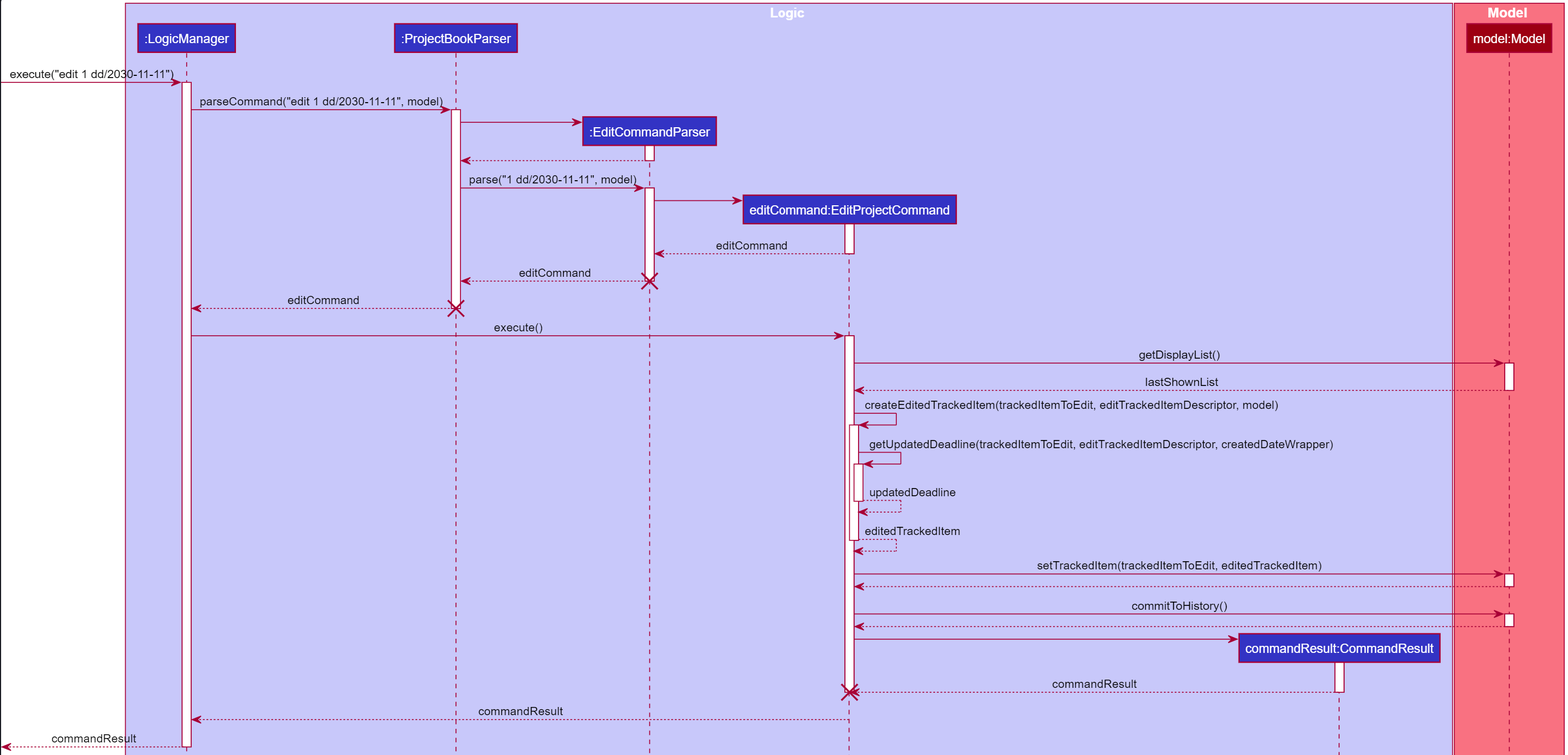
Above: docs/images/EditDeadlineSequenceDiagram.png in pr4aveen/tp (PlantUML), before the change. Its source is kept beside it as docs/diagrams/EditDeadlineSequenceDiagram.puml. Source of this version:
```plantuml
@startuml
!include detailed_style.puml
autoactivate on

box Logic LOGIC_COLOR_T1
participant ":LogicManager" as LogicManager LOGIC_COLOR
participant ":ProjectBookParser" as ProjectBookParser LOGIC_COLOR
participant ":EditCommandParser" as EditCommandParser LOGIC_COLOR
participant "editCommand:EditProjectCommand" as EditProjectCommand LOGIC_COLOR
participant "commandResult:CommandResult" as CommandResult LOGIC_COLOR
end box

box Model MODEL_COLOR_T1
participant "model:Model" as Model MODEL_COLOR
end box

[-> LogicManager : execute("edit 1 dd/2030-11-11")

LogicManager -> ProjectBookParser : parseCommand("edit 1 dd/2030-11-11", model)

create EditCommandParser
ProjectBookParser -> EditCommandParser
return

ProjectBookParser -> EditCommandParser : parse("1 dd/2030-11-11", model)

create EditProjectCommand
EditCommandParser -> EditProjectCommand

return editCommand

return editCommand
destroy EditCommandParser

return editCommand
destroy ProjectBookParser

LogicManager -> EditProjectCommand : execute()

EditProjectCommand -> Model : getDisplayList()
return lastShownList

EditProjectCommand -> EditProjectCommand : createEditedTrackedItem(trackedItemToEdit, editTrackedItemDescriptor, model)

EditProjectCommand -> EditProjectCommand : getUpdatedDeadline(trackedItemToEdit, editTrackedItemDescriptor, createdDateWrapper)
return updatedDeadline

return editedTrackedItem

EditProjectCommand -> Model : setTrackedItem(trackedItemToEdit, editedTrackedItem)
return

EditProjectCommand -> Model : commitToHistory()
return

create CommandResult
EditProjectCommand -> CommandResult

return commandResult

destroy EditProjectCommand

return commandResult

[<--LogicManager : commandResult
@enduml
```
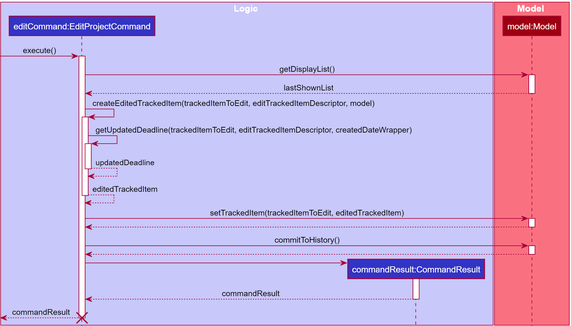
Later version of the same file.

What changed in the source:
```diff
@@ -3,9 +3,6 @@
 autoactivate on
 
 box Logic LOGIC_COLOR_T1
-participant ":LogicManager" as LogicManager LOGIC_COLOR
-participant ":ProjectBookParser" as ProjectBookParser LOGIC_COLOR
-participant ":EditCommandParser" as EditCommandParser LOGIC_COLOR
 participant "editCommand:EditProjectCommand" as EditProjectCommand LOGIC_COLOR
 participant "commandResult:CommandResult" as CommandResult LOGIC_COLOR
 end box
@@ -14,28 +11,7 @@
 participant "model:Model" as Model MODEL_COLOR
 end box
 
-[-> LogicManager : execute("edit 1 dd/2030-11-11")
-
-LogicManager -> ProjectBookParser : parseCommand("edit 1 dd/2030-11-11", model)
-
-create EditCommandParser
-ProjectBookParser -> EditCommandParser
-return
-
-ProjectBookParser -> EditCommandParser : parse("1 dd/2030-11-11", model)
-
-create EditProjectCommand
-EditCommandParser -> EditProjectCommand
-
-return editCommand
-
-return editCommand
-destroy EditCommandParser
-
-return editCommand
-destroy ProjectBookParser
-
-LogicManager -> EditProjectCommand : execute()
+[-> EditProjectCommand : execute()
 
 EditProjectCommand -> Model : getDisplayList()
 return lastShownList
@@ -58,9 +34,7 @@
 
 return commandResult
 
+[<--EditProjectCommand : commandResult
+
 destroy EditProjectCommand
-
-return commandResult
-
-[<--LogicManager : commandResult
 @enduml
```
